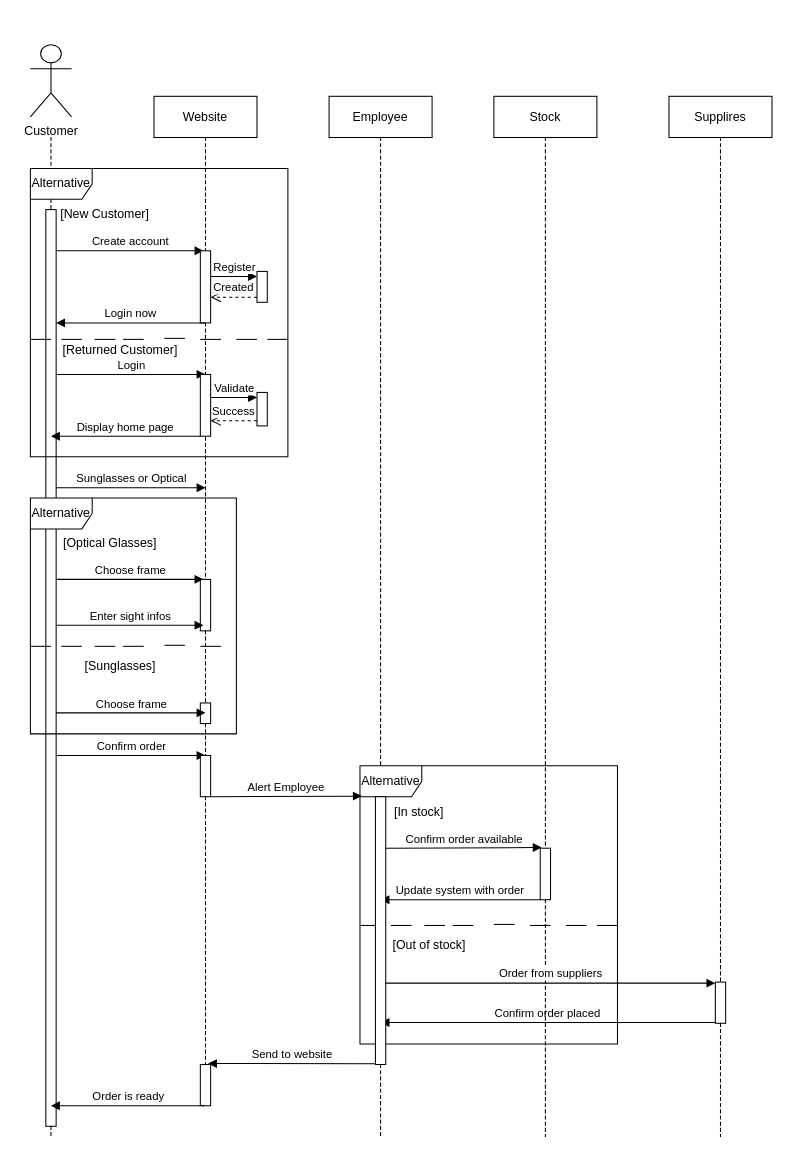
Before: Untitled Diagram.drawio in ahmedlshennawy/optional, a draw.io diagram. Source tidied: cells renumbered, new cells numbered last; positions are measured from the earlier drawing's top-left corner, leaving out a move shared by most shapes. Both pictures are drawn from the tidied source at 103%, with x=0, y=0 at pixel (20, 44).
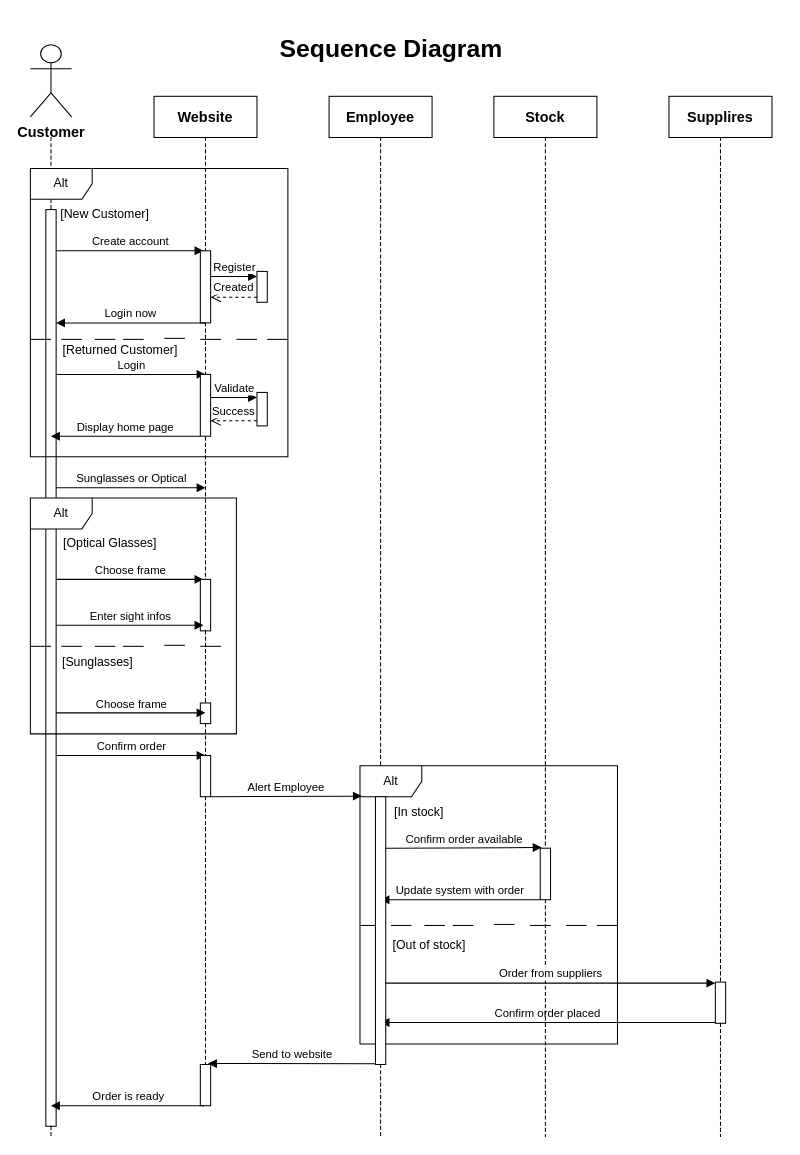
The same page after the edit.

The edit, as a diff of the source:
```diff
@@
-    <mxCell id="2" value="Customer" style="shape=umlActor;verticalLabelPosition=bottom;verticalAlign=top;html=1;" parent="1" vertex="1">
+    <mxCell id="2" value="&lt;font style=&quot;font-size: 14px;&quot;&gt;&lt;b&gt;Customer&lt;/b&gt;&lt;/font&gt;" style="shape=umlActor;verticalLabelPosition=bottom;verticalAlign=top;html=1;" parent="1" vertex="1">
       <mxGeometry x="10" width="40" height="70" as="geometry" />
     </mxCell>
-    <mxCell id="3" value="Website" style="rounded=0;whiteSpace=wrap;html=1;" parent="1" vertex="1">
+    <mxCell id="3" value="&lt;font style=&quot;font-size: 14px;&quot;&gt;&lt;b&gt;Website&lt;/b&gt;&lt;/font&gt;" style="rounded=0;whiteSpace=wrap;html=1;" parent="1" vertex="1">
       <mxGeometry x="130" y="50" width="100" height="40" as="geometry" />
     </mxCell>
-    <mxCell id="4" value="Employee" style="rounded=0;whiteSpace=wrap;html=1;" parent="1" vertex="1">
+    <mxCell id="4" value="&lt;font style=&quot;font-size: 14px;&quot;&gt;&lt;b&gt;Employee&lt;/b&gt;&lt;/font&gt;" style="rounded=0;whiteSpace=wrap;html=1;" parent="1" vertex="1">
       <mxGeometry x="300" y="50" width="100" height="40" as="geometry" />
     </mxCell>
-    <mxCell id="5" value="Stock" style="rounded=0;whiteSpace=wrap;html=1;" parent="1" vertex="1">
+    <mxCell id="5" value="&lt;b&gt;&lt;font style=&quot;font-size: 14px;&quot;&gt;Stock&lt;/font&gt;&lt;/b&gt;" style="rounded=0;whiteSpace=wrap;html=1;" parent="1" vertex="1">
       <mxGeometry x="460" y="50" width="100" height="40" as="geometry" />
     </mxCell>
-    <mxCell id="6" value="&lt;div&gt;Supplires&lt;/div&gt;" style="rounded=0;whiteSpace=wrap;html=1;" parent="1" vertex="1">
+    <mxCell id="6" value="&lt;div&gt;&lt;font style=&quot;font-size: 14px;&quot;&gt;&lt;b&gt;Supplires&lt;/b&gt;&lt;/font&gt;&lt;/div&gt;" style="rounded=0;whiteSpace=wrap;html=1;" parent="1" vertex="1">
       <mxGeometry x="630" y="50" width="100" height="40" as="geometry" />
     </mxCell>
@@
-    <mxCell id="14" value="Alternative" style="shape=umlFrame;whiteSpace=wrap;html=1;" parent="1" vertex="1">
+    <mxCell id="14" value="Alt" style="shape=umlFrame;whiteSpace=wrap;html=1;" parent="1" vertex="1">
       <mxGeometry x="10" y="120" width="250" height="280" as="geometry" />
     </mxCell>
@@
-    <mxCell id="41" value="Alternative" style="shape=umlFrame;whiteSpace=wrap;html=1;" parent="1" vertex="1">
+    <mxCell id="41" value="Alt" style="shape=umlFrame;whiteSpace=wrap;html=1;" parent="1" vertex="1">
       <mxGeometry x="10" y="440" width="200" height="229" as="geometry" />
     </mxCell>
@@
     <mxCell id="45" value="[Sunglasses]" style="text;html=1;align=center;verticalAlign=middle;whiteSpace=wrap;rounded=0;" parent="1" vertex="1">
-      <mxGeometry x="35" y="588" width="125" height="30" as="geometry" />
+      <mxGeometry x="13" y="585" width="125" height="30" as="geometry" />
     </mxCell>
@@
-    <mxCell id="56" value="Alternative" style="shape=umlFrame;whiteSpace=wrap;html=1;" parent="1" vertex="1">
+    <mxCell id="56" value="Alt" style="shape=umlFrame;whiteSpace=wrap;html=1;" parent="1" vertex="1">
       <mxGeometry x="330" y="700" width="250" height="270" as="geometry" />
     </mxCell>
@@
+    <mxCell id="98" value="&lt;font style=&quot;font-size: 24px;&quot;&gt;&lt;b&gt;Sequence Diagram&lt;/b&gt;&lt;/font&gt;" style="text;html=1;align=center;verticalAlign=middle;whiteSpace=wrap;rounded=0;" parent="1" vertex="1">
+      <mxGeometry x="230" y="-26" width="261" height="60" as="geometry" />
+    </mxCell>
```
